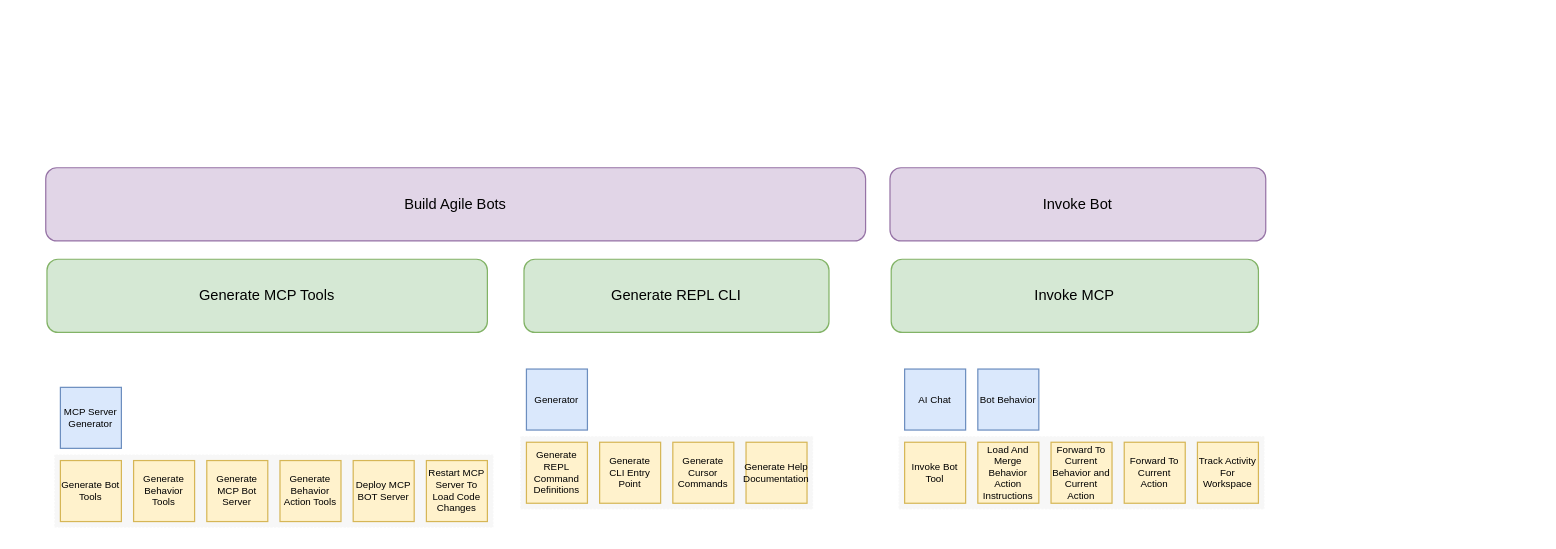
thomasjeffreyandersontwin/augmented-teams keeps this draw.io diagram as agile_bot/legacy/docs/stories/story-map-outline.drawio. Above is the earlier version. Source tidied: cells renumbered, new cells numbered last; positions are measured from the earlier drawing's top-left corner, leaving out a move shared by most shapes. Both pictures are drawn from the tidied source at 122%, with x=0, y=0 at pixel (21, 21).
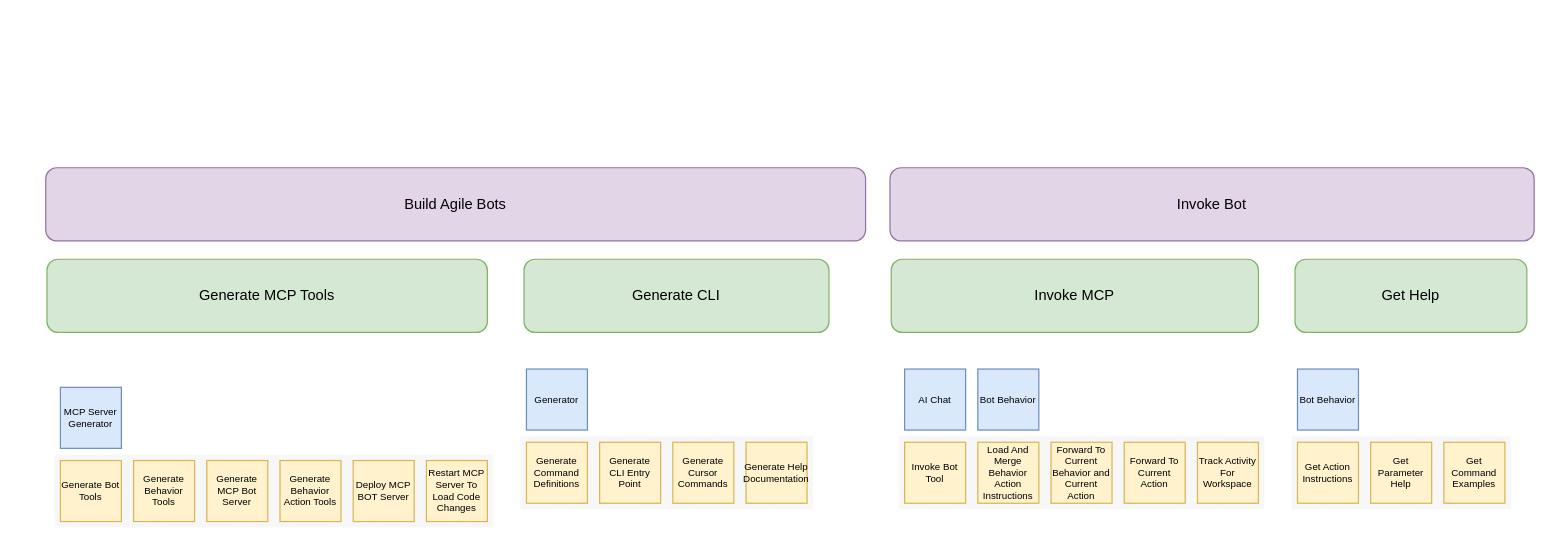
After the change.

Change to the diagram source:
```diff
@@
-    <mxCell id="13" value="&lt;div style=&quot;display: flex; align-items: center; justify-content: center; width: 100%;&quot;&gt;Generate REPL CLI&lt;/div&gt;" style="rounded=1;whiteSpace=wrap;html=1;fillColor=#d5e8d4;strokeColor=#82b366;fontColor=#000000;" parent="1" vertex="1">
+    <mxCell id="13" value="&lt;div style=&quot;display: flex; align-items: center; justify-content: center; width: 100%;&quot;&gt;Generate CLI&lt;/div&gt;" style="rounded=1;whiteSpace=wrap;html=1;fillColor=#d5e8d4;strokeColor=#82b366;fontColor=#000000;" parent="1" vertex="1">
       <mxGeometry x="412" y="195" width="250" height="60" as="geometry" />
     </mxCell>
@@
-    <mxCell id="16" value="Generate REPL Command Definitions" style="whiteSpace=wrap;html=1;fillColor=#fff2cc;strokeColor=#d6b656;fontColor=#000000;fontSize=8;" parent="1" vertex="1">
+    <mxCell id="16" value="Generate Command Definitions" style="whiteSpace=wrap;html=1;fillColor=#fff2cc;strokeColor=#d6b656;fontColor=#000000;fontSize=8;" parent="1" vertex="1">
       <mxGeometry x="414" y="345" width="50" height="50" as="geometry" />
     </mxCell>
@@
     <mxCell id="20" value="&lt;div style=&quot;display: flex; align-items: center; justify-content: center; width: 100%;&quot;&gt;Invoke Bot&lt;/div&gt;" style="rounded=1;whiteSpace=wrap;html=1;fillColor=#e1d5e7;strokeColor=#9673a6;fontColor=#000000;" parent="1" vertex="1">
-      <mxGeometry x="712" y="120" width="308" height="60" as="geometry" />
+      <mxGeometry x="712" y="120" width="528" height="60" as="geometry" />
     </mxCell>
@@
+    <mxCell id="30" value="&lt;div style=&quot;display: flex; align-items: center; justify-content: center; width: 100%;&quot;&gt;Get Help&lt;/div&gt;" style="rounded=1;whiteSpace=wrap;html=1;fillColor=#d5e8d4;strokeColor=#82b366;fontColor=#000000;" parent="1" vertex="1">
+      <mxGeometry x="1044" y="195" width="190" height="60" as="geometry" />
+    </mxCell>
+    <mxCell id="31" style="rounded=0;whiteSpace=wrap;html=1;dashed=1;dashPattern=1 2;strokeColor=#FFFFFF;fillColor=#F7F7F7;" parent="1" vertex="1">
+      <mxGeometry x="1041" y="340" width="180" height="60" as="geometry" />
+    </mxCell>
+    <mxCell id="32" value="Bot Behavior" style="whiteSpace=wrap;html=1;fillColor=#dae8fc;strokeColor=#6c8ebf;fontColor=#000000;fontSize=8;" parent="1" vertex="1">
+      <mxGeometry x="1046" y="285" width="50" height="50" as="geometry" />
+    </mxCell>
+    <mxCell id="33" value="Get Action Instructions" style="whiteSpace=wrap;html=1;fillColor=#fff2cc;strokeColor=#d6b656;fontColor=#000000;fontSize=8;" parent="1" vertex="1">
+      <mxGeometry x="1046" y="345" width="50" height="50" as="geometry" />
+    </mxCell>
+    <mxCell id="34" value="Get Parameter Help" style="whiteSpace=wrap;html=1;fillColor=#fff2cc;strokeColor=#d6b656;fontColor=#000000;fontSize=8;" parent="1" vertex="1">
+      <mxGeometry x="1106" y="345" width="50" height="50" as="geometry" />
+    </mxCell>
+    <mxCell id="35" value="Get Command Examples" style="whiteSpace=wrap;html=1;fillColor=#fff2cc;strokeColor=#d6b656;fontColor=#000000;fontSize=8;" parent="1" vertex="1">
+      <mxGeometry x="1166" y="345" width="50" height="50" as="geometry" />
+    </mxCell>
```
